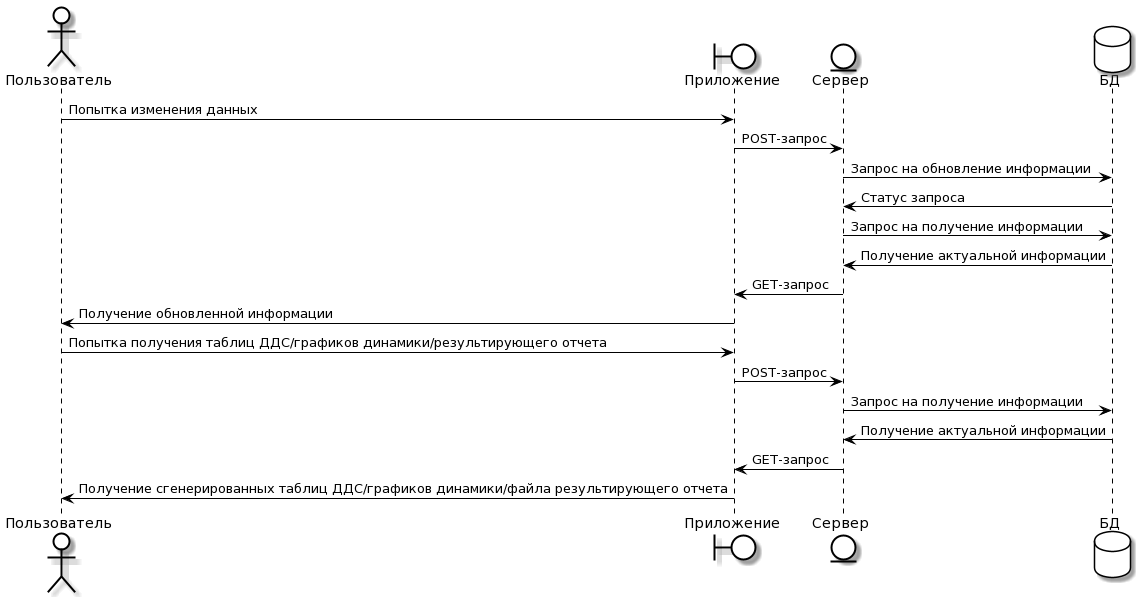
petiteprincesse/MaksimovaOlga.github.io keeps this PlantUML diagram as kurs/UMLSequence.png. Above is the earlier version. The source it was exported from:
```plantuml
@startuml
skinparam actor {
BackgroundColor White
ArrowColor Black
BorderColor Black
}

skinparam boundary {
BackgroundColor White
ArrowColor Black
BorderColor Black
}

skinparam entity {
BackgroundColor White
ArrowColor Black
BorderColor Black
}

skinparam database {
BackgroundColor White
ArrowColor Black
BorderColor Black
}

skinparam component {
BackgroundColor White
ArrowColor Black
BorderColor Black
}

skinparam sequence {
BackgroundColor White
ArrowColor Black
BorderColor Black
LifeLineBorderColor Black
}

actor "Пользователь" as user
boundary "Приложение" as app
entity "Сервер" as server
database "БД" as database

user -> app : Попытка изменения данных
app -> server : POST-запрос
server -> database : Запрос на обновление информации
server <- database : Статус запроса
server -> database : Запрос на получение информации
server <- database : Получение актуальной информации
app <- server : GET-запрос
user <- app : Получение обновленной информации

user -> app : Попытка получения таблиц ДДС/графиков динамики/результирующего отчета
app -> server : POST-запрос
server -> database : Запрос на получение информации
server <- database : Получение актуальной информации
app <- server : GET-запрос
user <- app : Получение сгенерированных таблиц ДДС/графиков динамики/файла результирующего отчета
@enduml
```
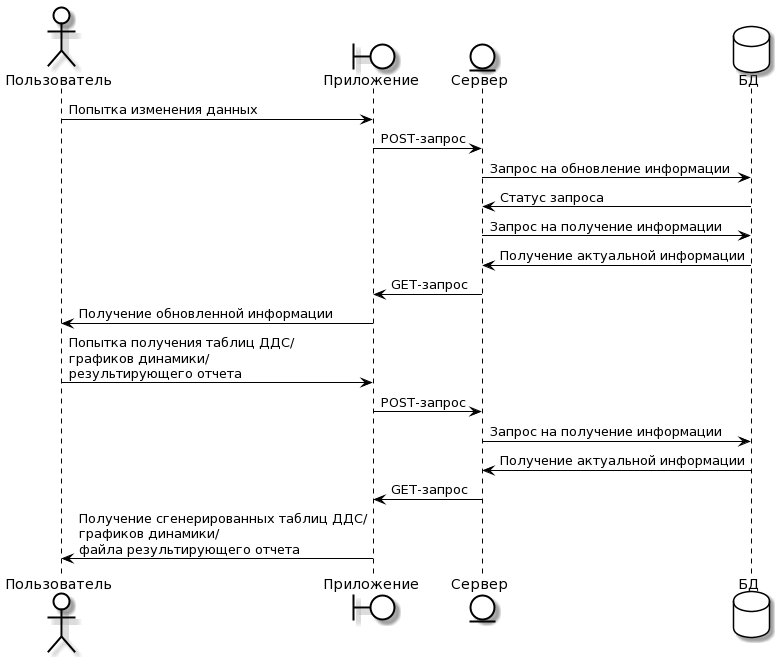
After the change.

Change to the diagram source:
```diff
@@ -50,10 +50,10 @@
 app <- server : GET-запрос
 user <- app : Получение обновленной информации
 
-user -> app : Попытка получения таблиц ДДС/графиков динамики/результирующего отчета
+user -> app : Попытка получения таблиц ДДС/\nграфиков динамики/\nрезультирующего отчета
 app -> server : POST-запрос
 server -> database : Запрос на получение информации
 server <- database : Получение актуальной информации
 app <- server : GET-запрос
-user <- app : Получение сгенерированных таблиц ДДС/графиков динамики/файла результирующего отчета
+user <- app : Получение сгенерированных таблиц ДДС/\nграфиков динамики/\nфайла результирующего отчета
 @enduml
```
